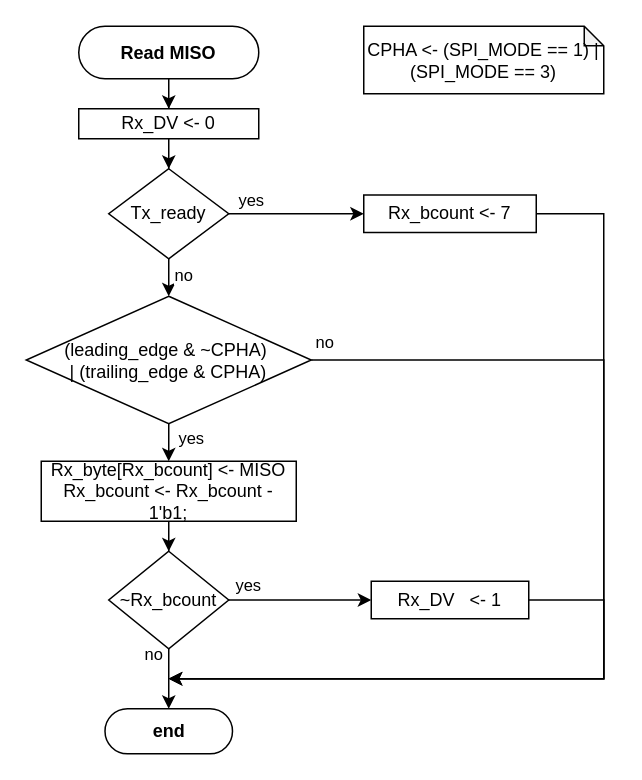
Before: page "read_MISO" (2 of 4) of 01_doc/03_drawings/01_design/spi_master.drawio in Diogofernandes5/mthesis, a draw.io diagram. Source tidied: cells renumbered, new cells numbered last; positions are measured from the earlier drawing's top-left corner, leaving out a move shared by most shapes. Both pictures are drawn from the tidied source at 150%, with x=0, y=0 at pixel (26, 26).
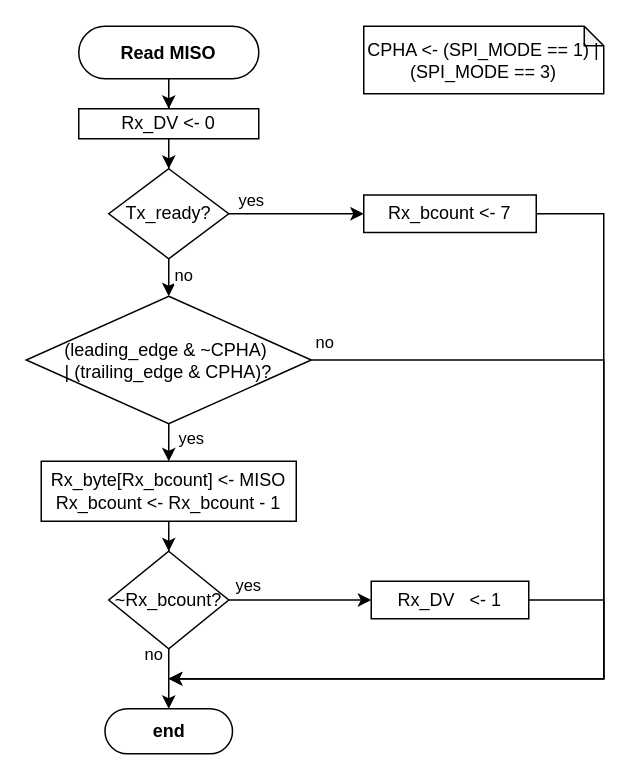
Above is the later version.

Diff of the diagram source:
```diff
@@
-    <mxCell id="8" value="Tx_ready" style="rhombus;whiteSpace=wrap;html=1;fontFamily=NewsGotT;" parent="1" vertex="1">
+    <mxCell id="8" value="Tx_ready?" style="rhombus;whiteSpace=wrap;html=1;fontFamily=NewsGotT;" parent="1" vertex="1">
       <mxGeometry x="55" y="95" width="80" height="60" as="geometry" />
     </mxCell>
@@
-    <mxCell id="12" value="&lt;div&gt;(leading_edge &amp;amp; ~CPHA)&amp;nbsp;&lt;/div&gt;&lt;div&gt;| (trailing_edge &amp;amp; CPHA)&lt;/div&gt;" style="rhombus;whiteSpace=wrap;html=1;fontFamily=NewsGotT;" parent="1" vertex="1">
+    <mxCell id="12" value="&lt;div&gt;(leading_edge &amp;amp; ~CPHA)&amp;nbsp;&lt;/div&gt;&lt;div&gt;| (trailing_edge &amp;amp; CPHA)?&lt;/div&gt;" style="rhombus;whiteSpace=wrap;html=1;fontFamily=NewsGotT;" parent="1" vertex="1">
       <mxGeometry y="180" width="190" height="85" as="geometry" />
     </mxCell>
@@
-    <mxCell id="16" value="&lt;div&gt;Rx_byte[Rx_bcount] &amp;lt;- MISO&lt;/div&gt;&lt;div&gt;Rx_bcount &amp;lt;- Rx_bcount - 1'b1;&lt;/div&gt;" style="rounded=0;whiteSpace=wrap;html=1;fontFamily=NewsGotT;" parent="1" vertex="1">
+    <mxCell id="16" value="&lt;div&gt;Rx_byte[Rx_bcount] &amp;lt;- MISO&lt;/div&gt;&lt;div&gt;Rx_bcount &amp;lt;- Rx_bcount - 1&lt;/div&gt;" style="rounded=0;whiteSpace=wrap;html=1;fontFamily=NewsGotT;" parent="1" vertex="1">
       <mxGeometry x="10" y="290" width="170" height="40" as="geometry" />
     </mxCell>
@@
-    <mxCell id="19" value="~Rx_bcount" style="rhombus;whiteSpace=wrap;html=1;fontFamily=NewsGotT;" parent="1" vertex="1">
+    <mxCell id="19" value="~Rx_bcount?" style="rhombus;whiteSpace=wrap;html=1;fontFamily=NewsGotT;" parent="1" vertex="1">
       <mxGeometry x="55" y="350" width="80" height="65" as="geometry" />
     </mxCell>
```
